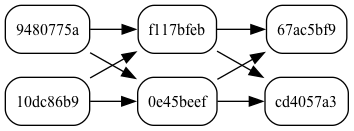
The Graphviz diagram example_output/dag_final_parallel.png in moonstripe/task-graph, before a commit. Its source is kept beside it as example_output/dag_final_parallel.dot.
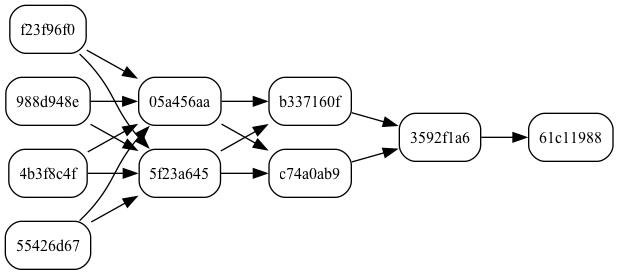
After the commit.

What changed in the source:
```diff
@@ -1,30 +1,49 @@
 digraph G {
   rankdir=LR;
   node [shape=box, style=rounded, fontsize=12];
-  0 [label="9480775a"];
-  1 [label="10dc86b9"];
-  2 [label="f117bfeb"];
-  3 [label="0e45beef"];
-  4 [label="67ac5bf9"];
-  5 [label="cd4057a3"];
+  0 [label="4b3f8c4f"];
+  1 [label="55426d67"];
+  2 [label="f23f96f0"];
+  3 [label="988d948e"];
+  4 [label="05a456aa"];
+  5 [label="5f23a645"];
+  6 [label="b337160f"];
+  7 [label="c74a0ab9"];
+  8 [label="3592f1a6"];
+  9 [label="61c11988"];
   { rank=same; // layer 0
     0;
     1;
-  }
-  { rank=same; // layer 1
     2;
     3;
   }
-  { rank=same; // layer 2
+  { rank=same; // layer 1
     4;
     5;
   }
-  0 -> 2;
-  0 -> 3;
-  1 -> 2;
-  1 -> 3;
+  { rank=same; // layer 2
+    6;
+    7;
+  }
+  { rank=same; // layer 3
+    8;
+  }
+  { rank=same; // layer 4
+    9;
+  }
+  0 -> 4;
+  0 -> 5;
+  1 -> 4;
+  1 -> 5;
   2 -> 4;
   2 -> 5;
   3 -> 4;
   3 -> 5;
+  4 -> 6;
+  4 -> 7;
+  5 -> 6;
+  5 -> 7;
+  6 -> 8;
+  7 -> 8;
+  8 -> 9;
 }
```
